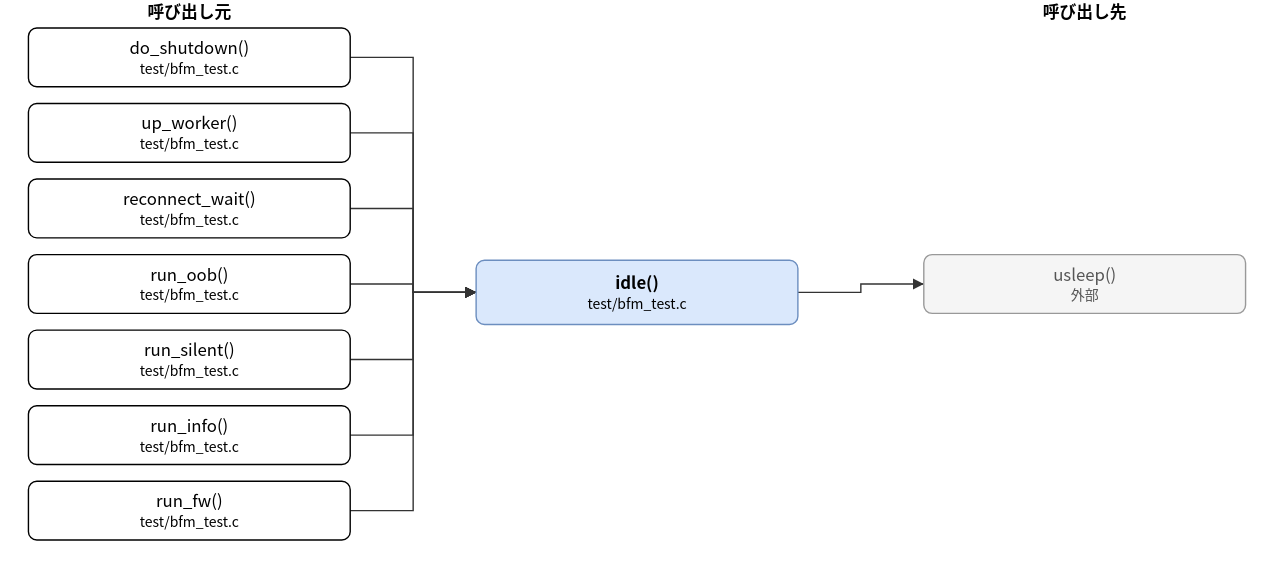
Earlier version of the draw.io export doc/spec/images/call_test_bfm_test-idle.drawio.svg (hf355051012-ai/bfmem). Source tidied: cells renumbered, new cells last; positions are measured from the earlier drawing's top-left corner, leaving out a move shared by most shapes.
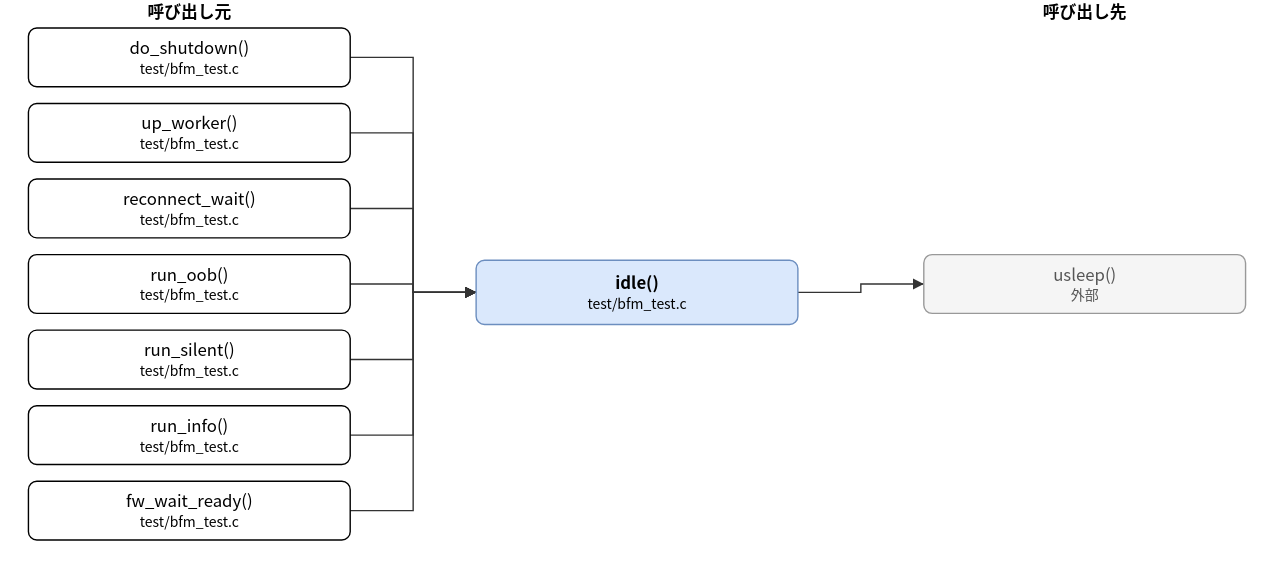
The same file after the commit.

What changed in the source:
```diff
@@ -23,7 +23,7 @@
     <mxCell id="8" value="run_info()&lt;br&gt;&lt;font style=&quot;font-size:10px&quot;&gt;test/bfm_test.c&lt;/font&gt;" style="rounded=1;whiteSpace=wrap;html=1;" parent="1" vertex="1">
       <mxGeometry y="290" width="230" height="42" as="geometry" />
     </mxCell>
-    <mxCell id="9" value="run_fw()&lt;br&gt;&lt;font style=&quot;font-size:10px&quot;&gt;test/bfm_test.c&lt;/font&gt;" style="rounded=1;whiteSpace=wrap;html=1;" parent="1" vertex="1">
+    <mxCell id="9" value="fw_wait_ready()&lt;br&gt;&lt;font style=&quot;font-size:10px&quot;&gt;test/bfm_test.c&lt;/font&gt;" style="rounded=1;whiteSpace=wrap;html=1;" parent="1" vertex="1">
       <mxGeometry y="344" width="230" height="42" as="geometry" />
     </mxCell>
     <mxCell id="10" value="usleep()&lt;br&gt;&lt;font style=&quot;font-size:10px&quot;&gt;外部&lt;/font&gt;" style="rounded=1;whiteSpace=wrap;html=1;fillColor=#f5f5f5;strokeColor=#999999;fontColor=#555555;" parent="1" vertex="1">
```
